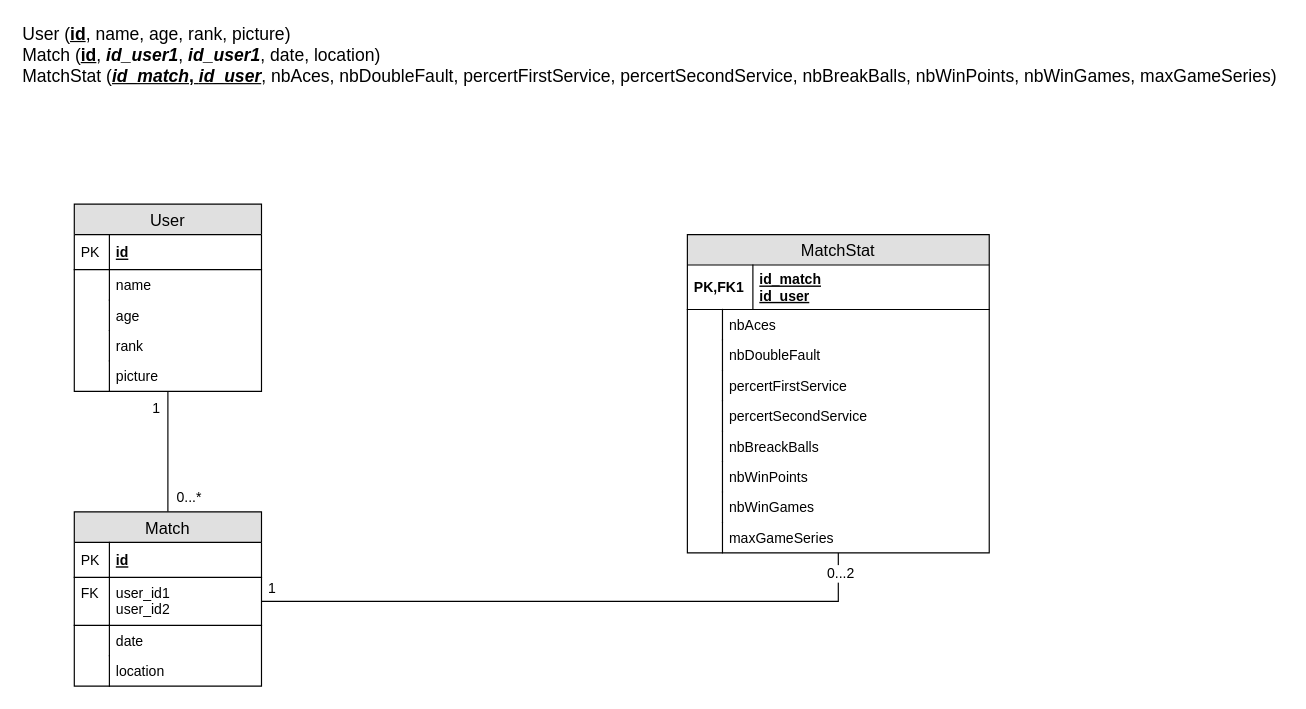
This is databaseDiagram.drawio from DanielIKKA/TennisTrackerApp, a draw.io file, before an edit. Source tidied: cells renumbered, new cells numbered last; positions are measured from the earlier drawing's top-left corner, leaving out a move shared by most shapes. Both pictures are drawn from the tidied source at 117%, with x=0, y=0 at pixel (20, 20).
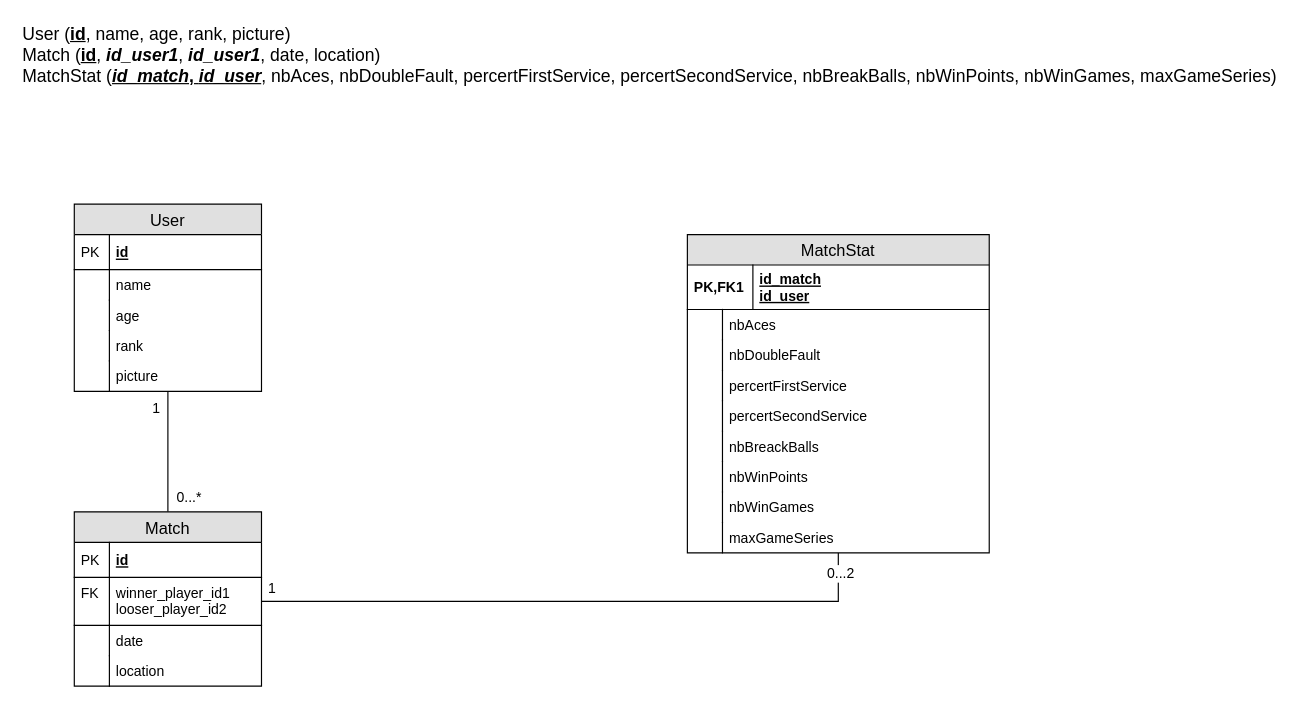
The same diagram, later.

Unchanged cells that the change refers to:
```xml
<mxCell id="6" value="Match" style="swimlane;fontStyle=0;horizontal=1;startSize=26;fillColor=#e0e0e0;swimlaneFillColor=#ffffff;align=center;fontSize=14;" parent="1" vertex="1">
  <mxGeometry x="46" y="420" width="160" height="149" as="geometry" />
</mxCell>
```

Change to the diagram source:
```diff
@@
-    <mxCell id="9" value="user_id1&#10;user_id2" style="shape=partialRectangle;top=0;left=0;right=0;bottom=1;align=left;verticalAlign=top;fillColor=none;spacingLeft=34;spacingRight=4;overflow=hidden;points=[[0,0.5],[1,0.5]];portConstraint=eastwest;fontSize=12;" parent="6" vertex="1">
+    <mxCell id="9" value="winner_player_id1&#10;looser_player_id2" style="shape=partialRectangle;top=0;left=0;right=0;bottom=1;align=left;verticalAlign=top;fillColor=none;spacingLeft=34;spacingRight=4;overflow=hidden;points=[[0,0.5],[1,0.5]];portConstraint=eastwest;fontSize=12;" parent="6" vertex="1">
       <mxGeometry y="56" width="160" height="41" as="geometry" />
     </mxCell>
```
